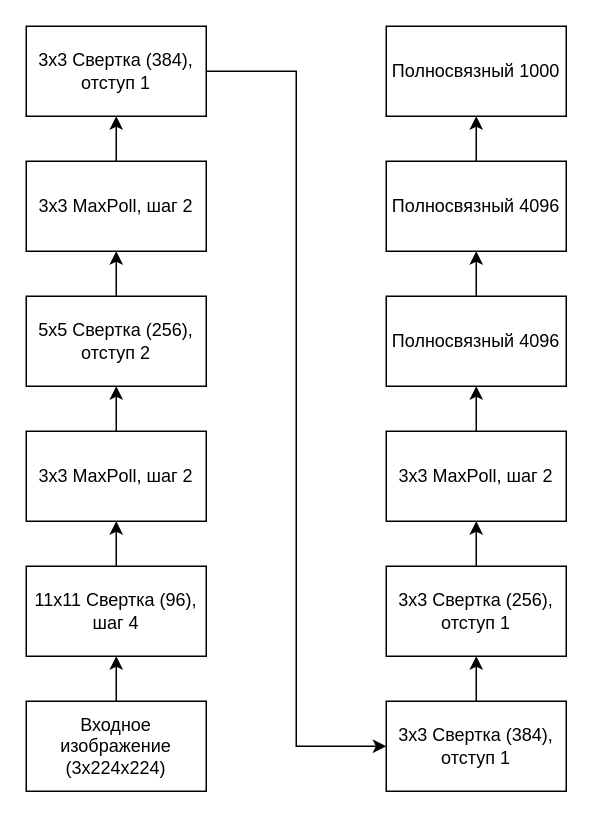
This is report/inc/img/alexnet.drawio from maxerMU/bachelor_diploma, a draw.io file, before an edit. Source tidied: cells renumbered, new cells numbered last; positions are measured from the earlier drawing's top-left corner, leaving out a move shared by most shapes. Both pictures are drawn from the tidied source at 150%, with x=0, y=0 at pixel (26, 26).
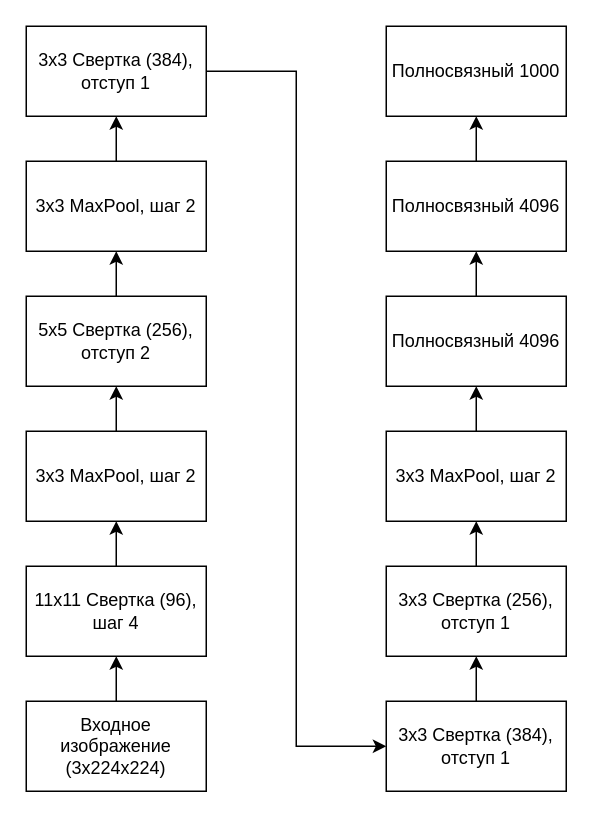
The same diagram, later.

The edit, as a diff of the source:
```diff
@@
-    <mxCell id="8" value="3x3 MaxPoll, шаг 2" style="rounded=0;whiteSpace=wrap;html=1;" parent="1" vertex="1">
+    <mxCell id="8" value="3x3 MaxPool, шаг 2" style="rounded=0;whiteSpace=wrap;html=1;" parent="1" vertex="1">
       <mxGeometry x="240" y="270" width="120" height="60" as="geometry" />
     </mxCell>
@@
-    <mxCell id="16" value="3x3 MaxPoll, шаг 2" style="rounded=0;whiteSpace=wrap;html=1;" parent="1" vertex="1">
+    <mxCell id="16" value="3x3 MaxPool, шаг 2" style="rounded=0;whiteSpace=wrap;html=1;" parent="1" vertex="1">
       <mxGeometry y="90" width="120" height="60" as="geometry" />
     </mxCell>
@@
-    <mxCell id="20" value="3x3 MaxPoll, шаг 2" style="rounded=0;whiteSpace=wrap;html=1;" parent="1" vertex="1">
+    <mxCell id="20" value="3x3 MaxPool, шаг 2" style="rounded=0;whiteSpace=wrap;html=1;" parent="1" vertex="1">
       <mxGeometry y="270" width="120" height="60" as="geometry" />
     </mxCell>
```
